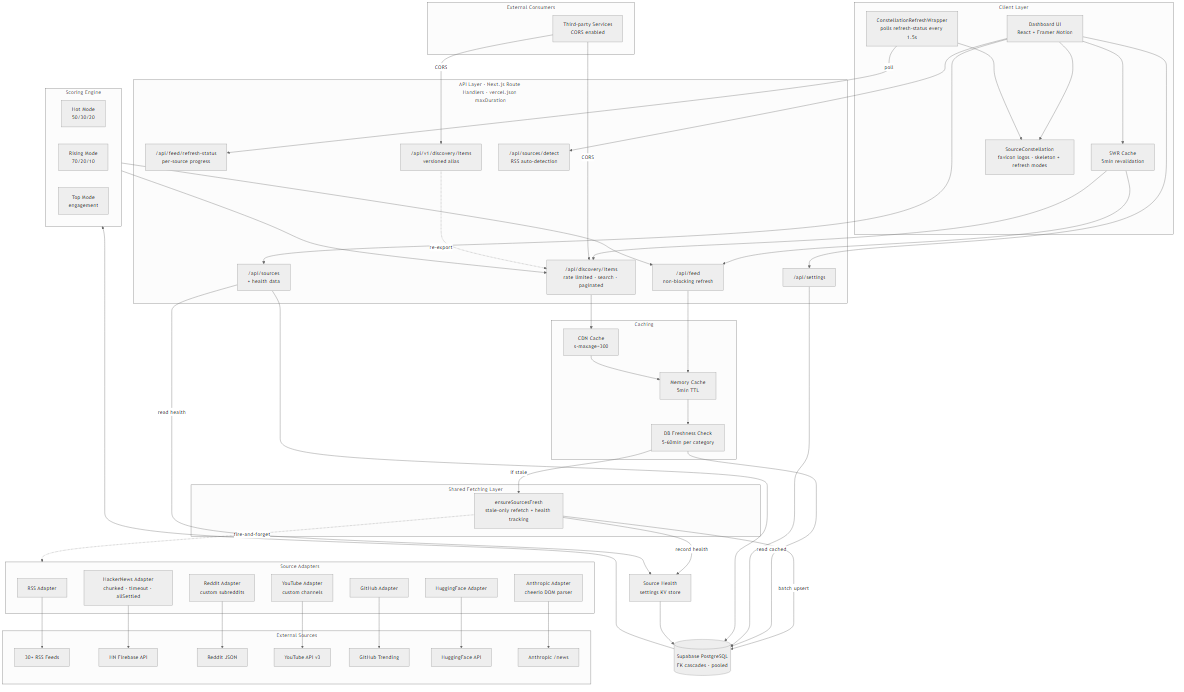
Earlier version of the Mermaid export docs/architecture.png (yairbederman/AI-Trends-Dashboard). Its source is kept beside it as docs/architecture.mmd.
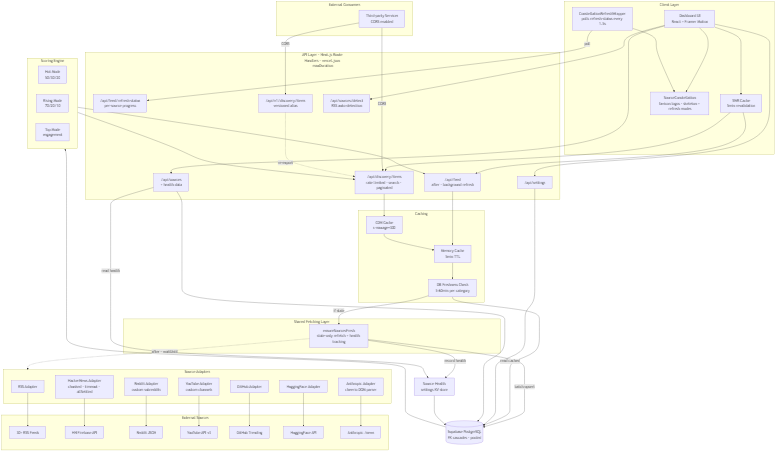
Above is the later version.

Commit message:
Update product docs to reflect after() background refresh pattern

Change to the diagram source:
```diff
@@ -11,7 +11,7 @@
     end
 
     subgraph API["API Layer · Next.js Route Handlers · vercel.json maxDuration"]
-        Feed["/api/feed<br/>non-blocking refresh"]
+        Feed["/api/feed<br/>after · background refresh"]
         RefreshStatus["/api/feed/refresh-status<br/>per-source progress"]
         Discovery["/api/discovery/items<br/>rate limited · search · paginated"]
         V1["/api/v1/discovery/items<br/>versioned alias"]
@@ -78,7 +78,7 @@
     CDNCache --> MemCache
     MemCache --> DBCache
     DBCache -->|if stale| EnsureFresh
-    EnsureFresh -.->|fire-and-forget| Adapters
+    EnsureFresh -.->|after · waitUntil| Adapters
 
     RSS --> RSSFeeds
     HN --> HNAPI
```
